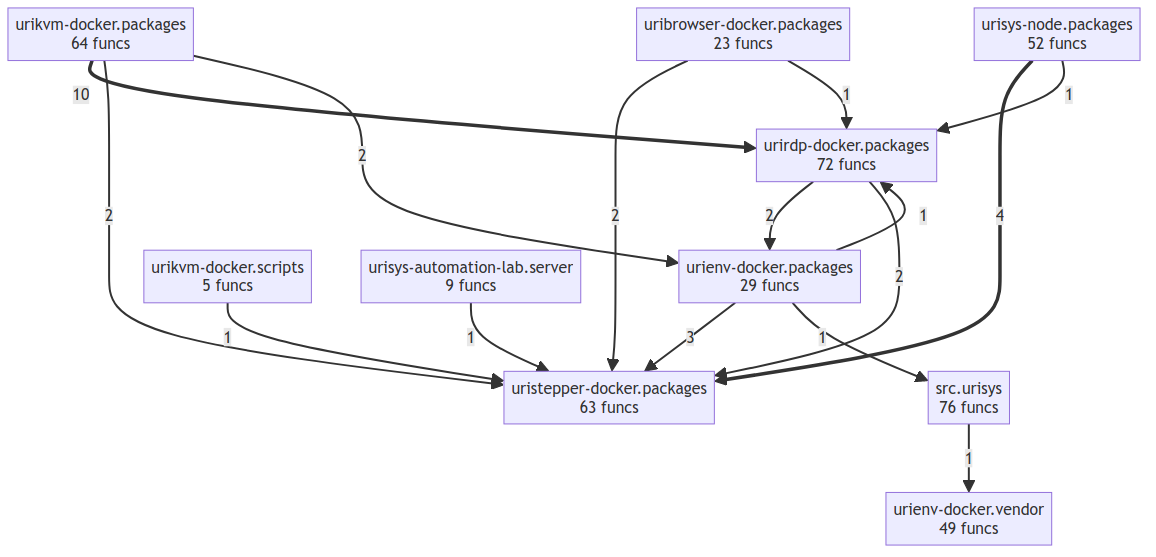
Before: project/compact_flow.png, a diagram exported from Mermaid (tellmesh/urisys). Its source is kept beside it as project/compact_flow.mmd.
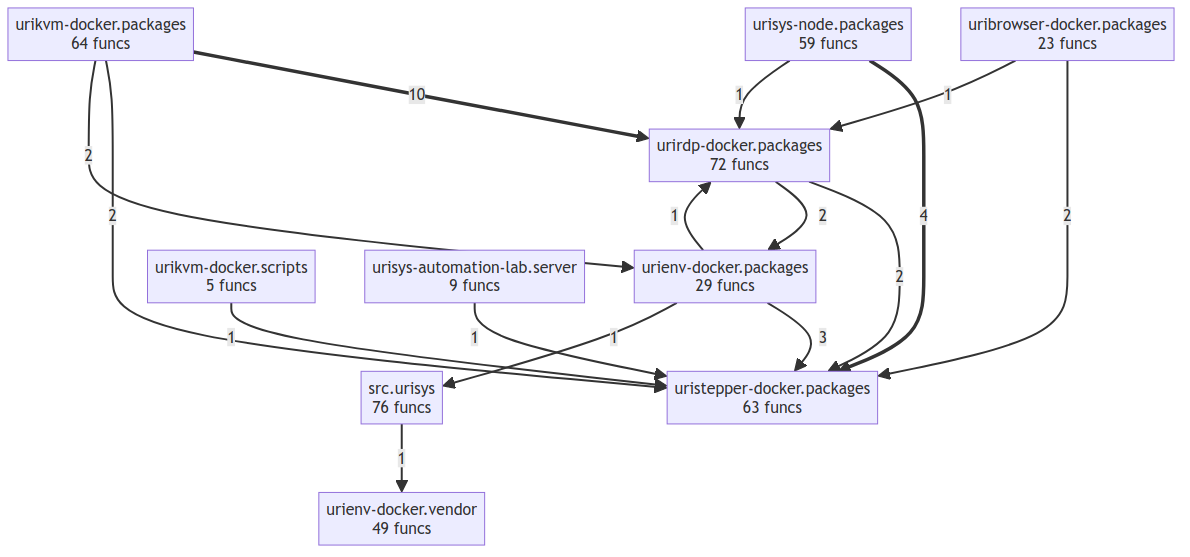
Above is the later version.

Change to the diagram source:
```diff
@@ -8,15 +8,15 @@
     urirdp_docker__packages["urirdp-docker.packages<br/>72 funcs"]
     uristepper_docker__packages["uristepper-docker.packages<br/>63 funcs"]
     urisys_automation_lab__server["urisys-automation-lab.server<br/>9 funcs"]
-    urisys_node__packages["urisys-node.packages<br/>52 funcs"]
+    urisys_node__packages["urisys-node.packages<br/>59 funcs"]
     urikvm_docker__packages ==>|10| urirdp_docker__packages
     urisys_node__packages ==>|4| uristepper_docker__packages
     urienv_docker__packages -->|3| uristepper_docker__packages
+    urirdp_docker__packages -->|2| uristepper_docker__packages
     urirdp_docker__packages -->|2| urienv_docker__packages
     uribrowser_docker__packages -->|2| uristepper_docker__packages
     urikvm_docker__packages -->|2| uristepper_docker__packages
     urikvm_docker__packages -->|2| urienv_docker__packages
-    urirdp_docker__packages -->|2| uristepper_docker__packages
     src__urisys -->|1| urienv_docker__vendor
     uribrowser_docker__packages -->|1| urirdp_docker__packages
     urikvm_docker__scripts -->|1| uristepper_docker__packages
```
